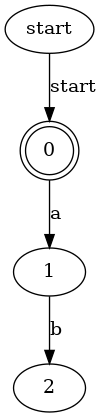
Before: automate/intersection.png, a diagram exported from Graphviz (Failalihaytam/ensa). Its source is kept beside it as automate/intersection.dot.
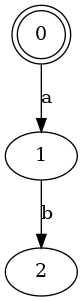
After the commit.

Diff of the diagram source:
```diff
@@ -1,6 +1,5 @@
 digraph intersection {
 0 -> 1 [label="a"];
 1 -> 2 [label="b"];
-start -> 0 [label="start"];
 0 [shape=doublecircle];
 }
```
